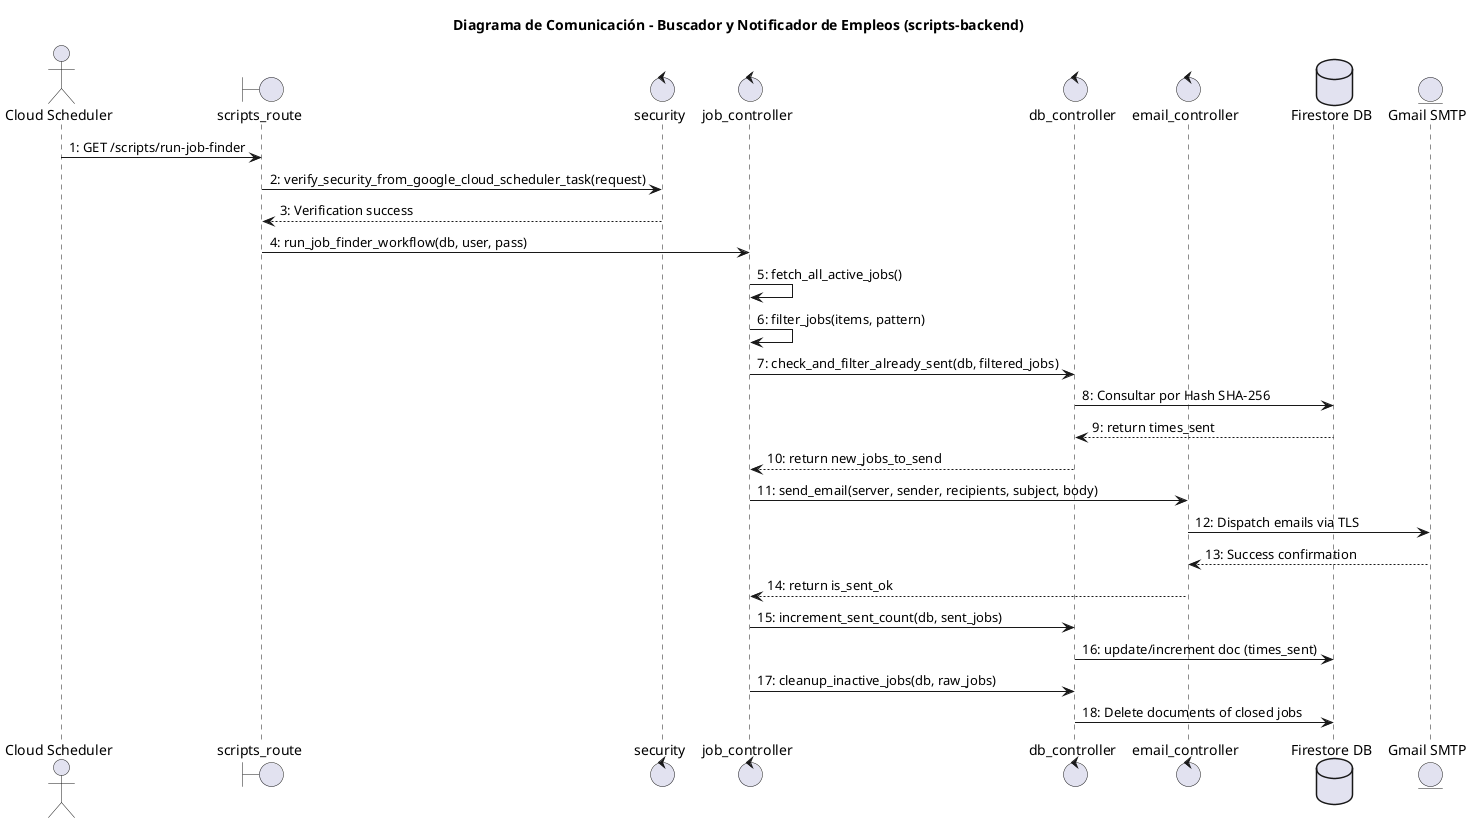
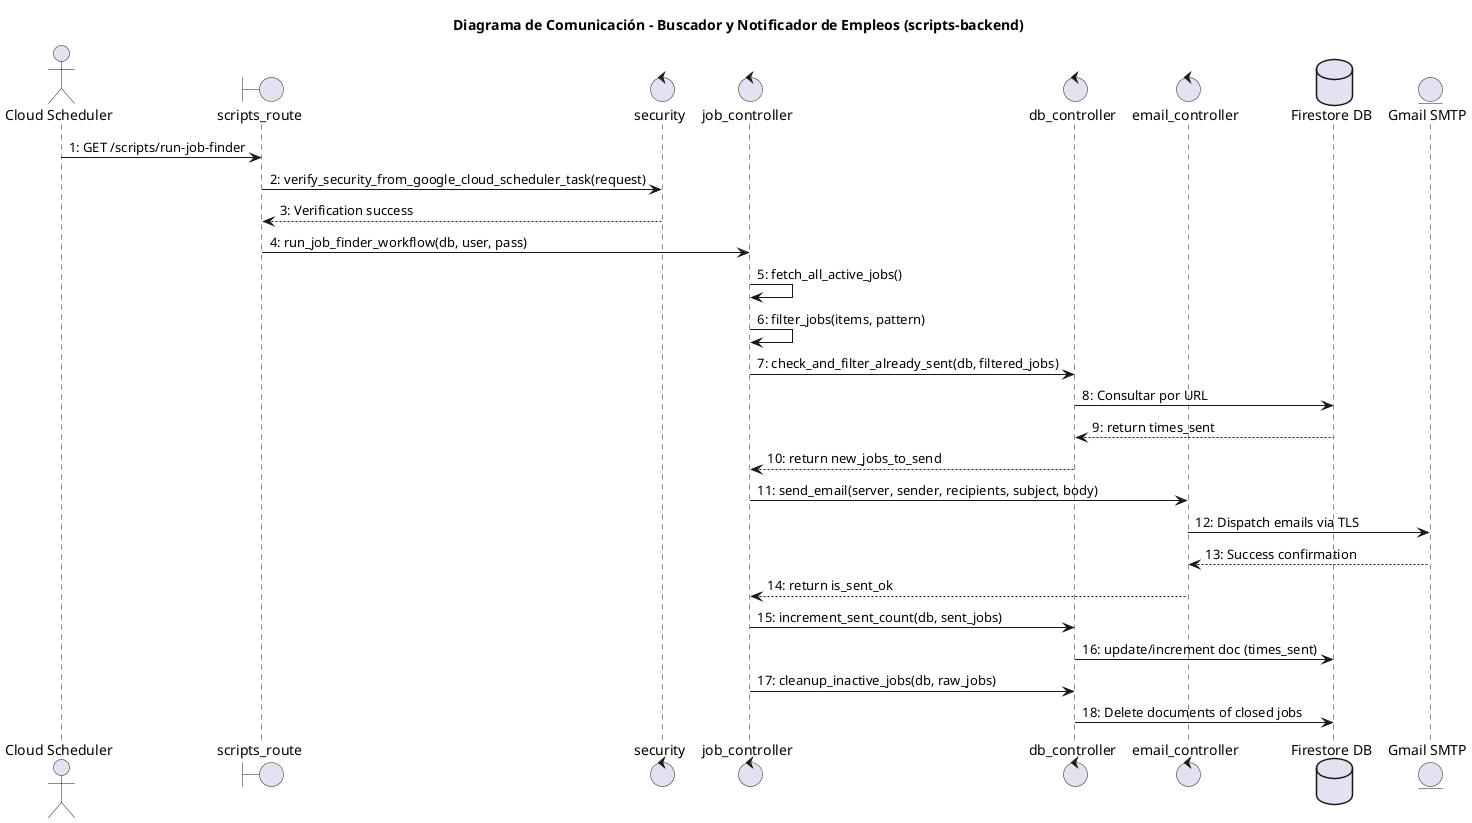
@startuml Communication Diagram
title Diagrama de Comunicación - Buscador y Notificador de Empleos (scripts-backend)

skinparam responseMessageAlign center

actor "Cloud Scheduler" as scheduler
boundary "scripts_route" as router
control "security" as sec
control "job_controller" as jobCtrl
control "db_controller" as dbCtrl
control "email_controller" as emailCtrl
database "Firestore DB" as db
entity "Gmail SMTP" as smtp

scheduler -> router : 1: GET /scripts/run-job-finder
router -> sec : 2: verify_security_from_google_cloud_scheduler_task(request)
sec --> router : 3: Verification success

router -> jobCtrl : 4: run_job_finder_workflow(db, user, pass)

jobCtrl -> jobCtrl : 5: fetch_all_active_jobs()
jobCtrl -> jobCtrl : 6: filter_jobs(items, pattern)

jobCtrl -> dbCtrl : 7: check_and_filter_already_sent(db, filtered_jobs)
- dbCtrl -> db : 8: Consultar por Hash SHA-256
+ dbCtrl -> db : 8: Consultar por URL
db --> dbCtrl : 9: return times_sent
dbCtrl --> jobCtrl : 10: return new_jobs_to_send

jobCtrl -> emailCtrl : 11: send_email(server, sender, recipients, subject, body)
emailCtrl -> smtp : 12: Dispatch emails via TLS
smtp --> emailCtrl : 13: Success confirmation
emailCtrl --> jobCtrl : 14: return is_sent_ok

jobCtrl -> dbCtrl : 15: increment_sent_count(db, sent_jobs)
dbCtrl -> db : 16: update/increment doc (times_sent)

jobCtrl -> dbCtrl : 17: cleanup_inactive_jobs(db, raw_jobs)
dbCtrl -> db : 18: Delete documents of closed jobs

@enduml
